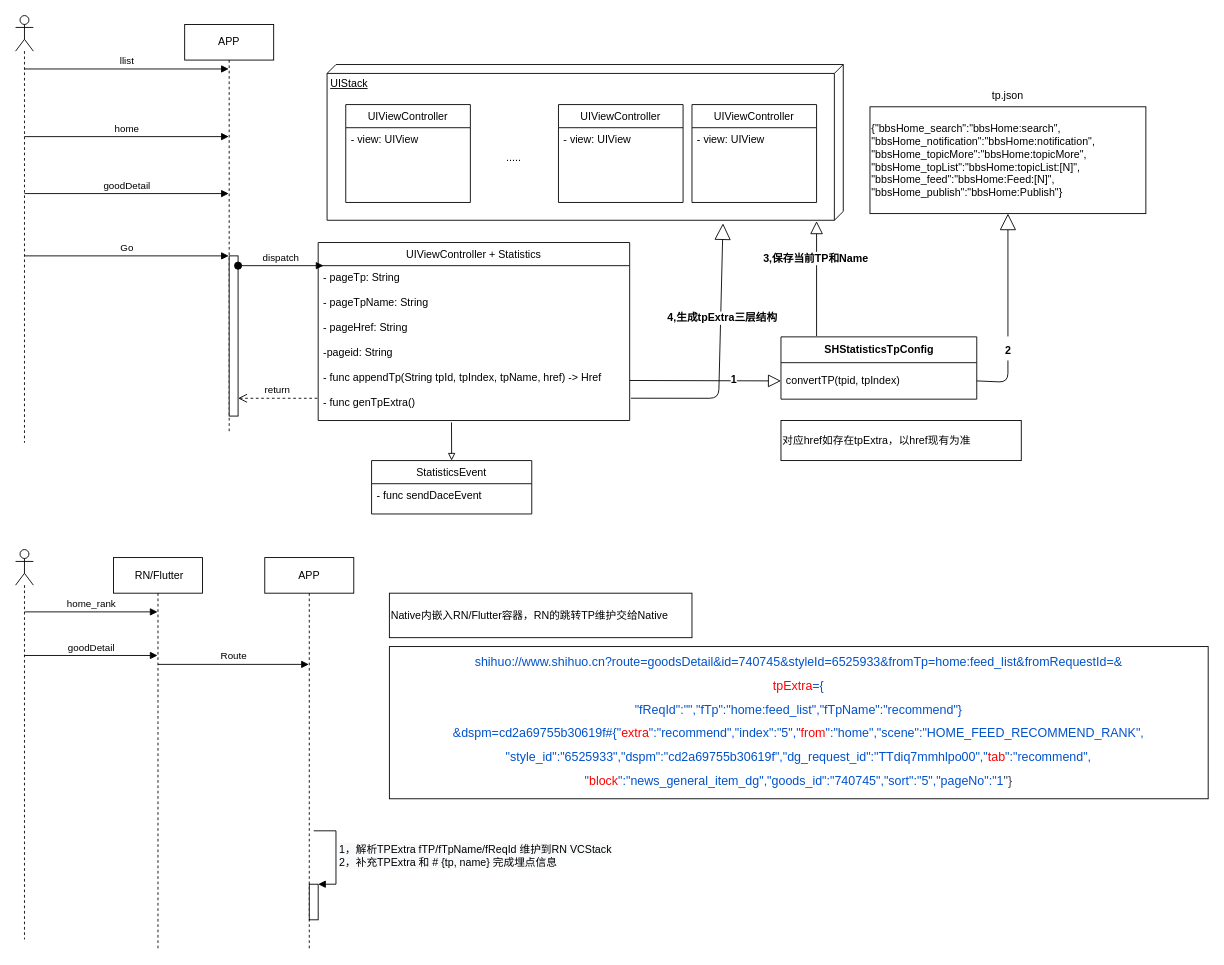
aiquantong/Hero keeps this draw.io diagram as iOS埋点设计.drawio. Above is the earlier version. Source tidied: cells renumbered, new cells numbered last; positions are measured from the earlier drawing's top-left corner, leaving out a move shared by most shapes. Both pictures are drawn from the tidied source at 89%, with x=0, y=0 at pixel (15, 15).
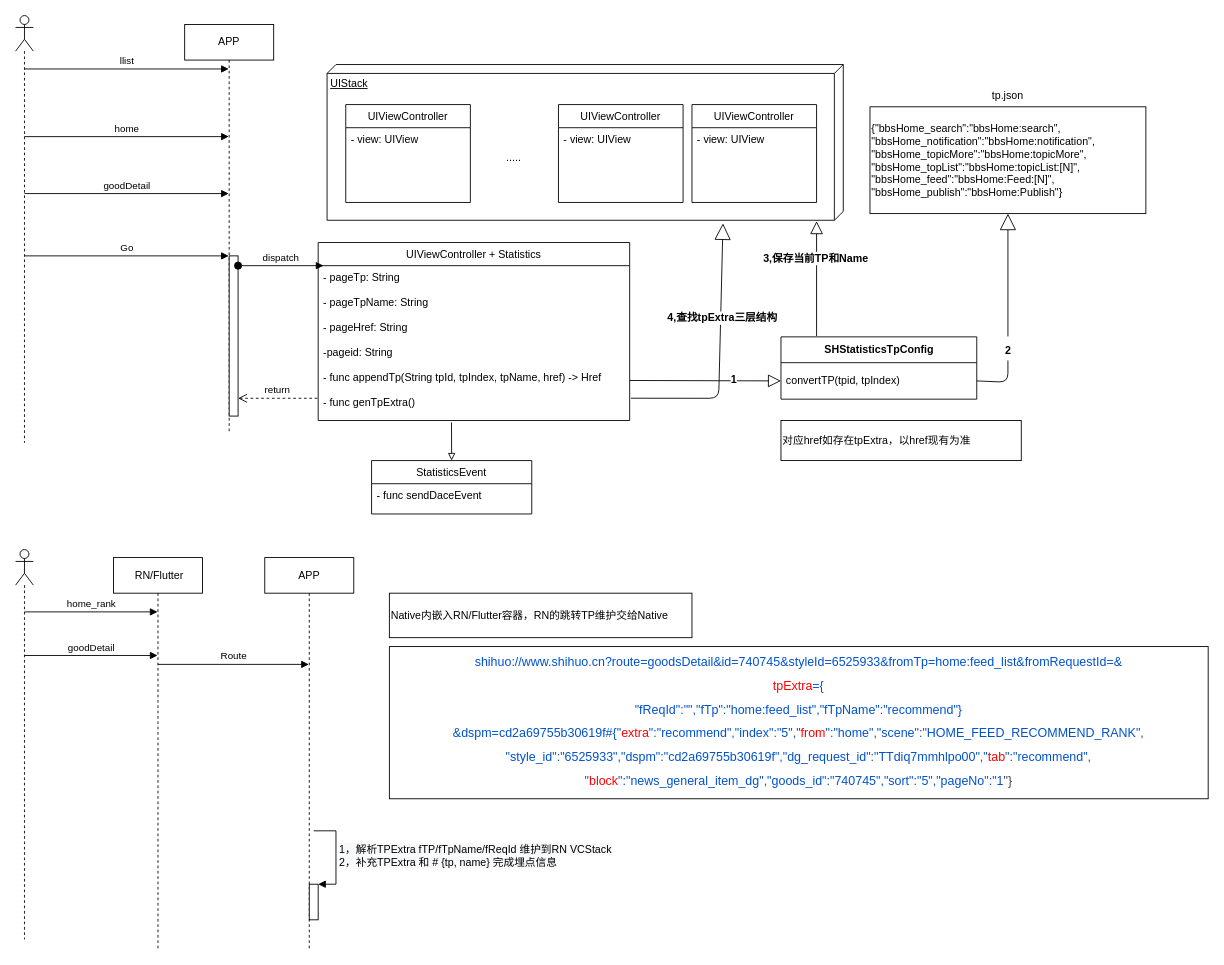
Above is the later version.

The change refers to these unchanged cells:
```xml
<mxCell id="2" value="UIStack" style="verticalAlign=top;align=left;spacingTop=8;spacingLeft=2;spacingRight=12;shape=cube;size=10;direction=south;fontStyle=4;html=1;" parent="1" vertex="1">
  <mxGeometry x="350" y="55" width="580" height="175" as="geometry" />
</mxCell>
<mxCell id="6" value="- pageTp: String&#10;&#10;- pageTpName: String&#10;&#10;- pageHref: String&#10;&#10;-pageid: String&#10;&#10;- func appendTp(String tpId, tpIndex, tpName, href) -&gt; Href&#10;&#10;- func genTpExtra()&#10;" style="text;strokeColor=none;fillColor=none;align=left;verticalAlign=top;spacingLeft=4;spacingRight=4;overflow=hidden;points=[[0,0.5],[1,0.5]];portConstraint=eastwest;" parent="5" vertex="1">
  <mxGeometry y="26" width="350" height="174" as="geometry" />
</mxCell>
```

What changed in the source:
```diff
@@
-    <mxCell id="23" value="&lt;font face=&quot;helvetica, lucida grande, lucida, verdana, sans-serif&quot;&gt;&lt;span style=&quot;font-size: 12px&quot;&gt;&lt;b&gt;4,生成tpExtra三层结构&lt;/b&gt;&lt;/span&gt;&lt;/font&gt;" style="endArrow=block;endSize=16;endFill=0;html=1;exitX=1.004;exitY=0.856;exitDx=0;exitDy=0;exitPerimeter=0;entryX=1.02;entryY=0.233;entryDx=0;entryDy=0;entryPerimeter=0;" parent="1" edge="1" source="6" target="2">
+    <mxCell id="23" value="&lt;font face=&quot;helvetica, lucida grande, lucida, verdana, sans-serif&quot;&gt;&lt;span style=&quot;font-size: 12px&quot;&gt;&lt;b&gt;4,查找tpExtra三层结构&lt;/b&gt;&lt;/span&gt;&lt;/font&gt;" style="endArrow=block;endSize=16;endFill=0;html=1;exitX=1.004;exitY=0.856;exitDx=0;exitDy=0;exitPerimeter=0;entryX=1.02;entryY=0.233;entryDx=0;entryDy=0;entryPerimeter=0;" parent="1" edge="1" source="6" target="2">
       <mxGeometry x="0.28" y="-2" relative="1" as="geometry">
         <Array as="points">
           <mxPoint x="790" y="430" />
         </Array>
       </mxGeometry>
     </mxCell>
```
